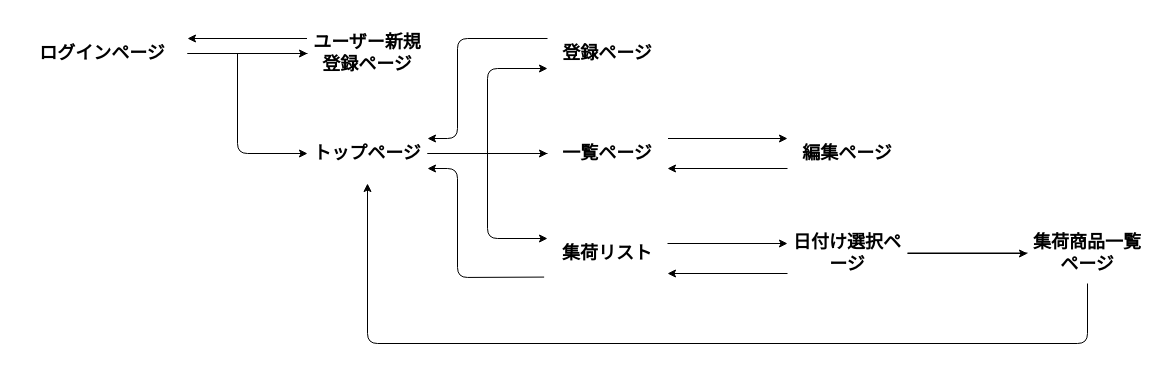
The draw.io diagram Transition diagram.dio in RRS1107/now-38199, before the edit. Source tidied: cells renumbered, new cells numbered last; positions are measured from the earlier drawing's top-left corner, leaving out a move shared by most shapes. Both pictures are drawn from the tidied source at 100%, with x=0, y=0 at pixel (17, 23).
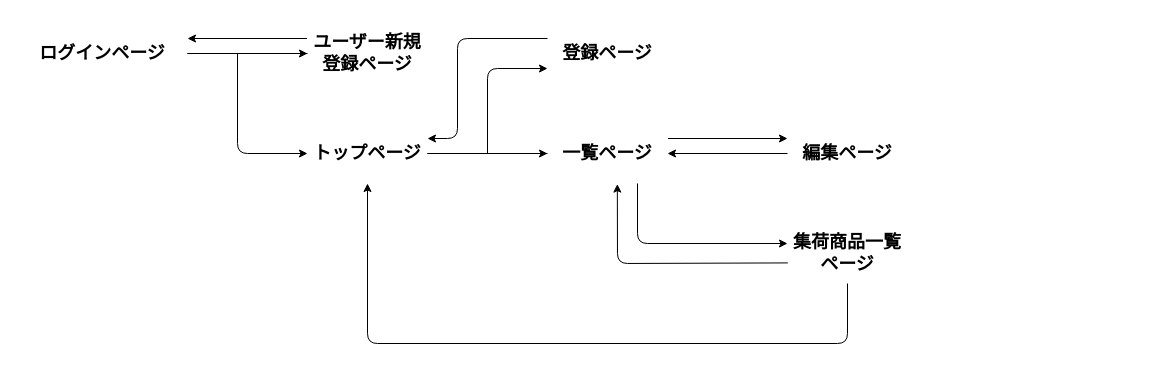
The same diagram, later.

The change refers to these unchanged cells:
```xml
<mxCell id="3" value="&lt;h2&gt;トップページ&lt;/h2&gt;" style="rounded=1;whiteSpace=wrap;html=1;fillColor=none;strokeColor=#FFFFFF;" parent="1" vertex="1">
  <mxGeometry x="290" y="100" width="120" height="60" as="geometry" />
</mxCell>
<mxCell id="9" value="&lt;h2&gt;一覧ページ&lt;/h2&gt;" style="rounded=1;whiteSpace=wrap;html=1;fillColor=none;strokeColor=#FFFFFF;" parent="1" vertex="1">
  <mxGeometry x="530" y="100" width="120" height="60" as="geometry" />
</mxCell>
<mxCell id="13" value="&lt;h2&gt;編集ページ&lt;/h2&gt;" style="rounded=1;whiteSpace=wrap;html=1;fillColor=none;strokeColor=#FFFFFF;" parent="1" vertex="1">
  <mxGeometry x="770" y="100" width="120" height="60" as="geometry" />
</mxCell>
```

What changed in the source:
```diff
@@
-    <mxCell id="7" value="&lt;h2&gt;集荷リスト&lt;/h2&gt;" style="rounded=1;whiteSpace=wrap;html=1;fillColor=none;strokeColor=#FFFFFF;" parent="1" vertex="1">
-      <mxGeometry x="530" y="200" width="120" height="60" as="geometry" />
-    </mxCell>
@@
-    <mxCell id="12" value="&lt;h2&gt;日付け選択ページ&lt;/h2&gt;" style="rounded=1;whiteSpace=wrap;html=1;fillColor=none;strokeColor=#FFFFFF;" parent="1" vertex="1">
-      <mxGeometry x="770" y="200" width="120" height="60" as="geometry" />
-    </mxCell>
@@
+    <mxCell id="28" style="edgeStyle=none;html=1;" parent="1" edge="1" source="14">
+      <mxGeometry relative="1" as="geometry">
+        <mxPoint x="770" y="230" as="targetPoint" />
+      </mxGeometry>
+    </mxCell>
     <mxCell id="14" value="&lt;h2&gt;集荷商品一覧ページ&lt;/h2&gt;" style="rounded=1;whiteSpace=wrap;html=1;fillColor=none;strokeColor=#FFFFFF;" parent="1" vertex="1">
-      <mxGeometry x="1010" y="200" width="120" height="60" as="geometry" />
+      <mxGeometry x="770" y="200" width="120" height="60" as="geometry" />
     </mxCell>
-    <mxCell id="15" style="endArrow=none;html=1;entryX=0;entryY=0.5;entryDx=0;entryDy=0;exitX=1;exitY=0.5;exitDx=0;exitDy=0;" parent="1" edge="1">
-      <mxGeometry relative="1" as="geometry">
-        <mxPoint x="890" y="229.5" as="sourcePoint" />
-        <mxPoint x="1010" y="229.5" as="targetPoint" />
-      </mxGeometry>
-    </mxCell>
@@
-    <mxCell id="17" style="endArrow=classic;html=1;entryX=0;entryY=0.5;entryDx=0;entryDy=0;" parent="1" edge="1" target="14">
-      <mxGeometry relative="1" as="geometry">
-        <mxPoint x="890" y="230" as="sourcePoint" />
-      </mxGeometry>
-    </mxCell>
@@
-    <mxCell id="20" style="endArrow=classic;html=1;entryX=0;entryY=0.25;entryDx=0;entryDy=0;" parent="1" edge="1" target="7">
-      <mxGeometry relative="1" as="geometry">
-        <mxPoint x="470" y="130" as="sourcePoint" />
-        <Array as="points">
-          <mxPoint x="470" y="215" />
-        </Array>
-      </mxGeometry>
-    </mxCell>
@@
-    <mxCell id="22" style="endArrow=classic;html=1;entryX=1;entryY=0.75;entryDx=0;entryDy=0;exitX=0;exitY=0.75;exitDx=0;exitDy=0;" parent="1" edge="1" source="13" target="9">
-      <mxGeometry relative="1" as="geometry" />
+    <mxCell id="22" style="endArrow=classic;html=1;exitX=0;exitY=0.5;exitDx=0;exitDy=0;" parent="1" edge="1" source="13">
+      <mxGeometry relative="1" as="geometry">
+        <mxPoint x="650" y="130" as="targetPoint" />
+        <Array as="points">
+          <mxPoint x="650" y="130" />
+        </Array>
+      </mxGeometry>
     </mxCell>
-    <mxCell id="23" style="edgeStyle=none;html=1;exitX=1;exitY=0.25;exitDx=0;exitDy=0;entryX=0;entryY=0.25;entryDx=0;entryDy=0;" parent="1" edge="1">
+    <mxCell id="23" style="edgeStyle=none;html=1;exitX=0.75;exitY=1;exitDx=0;exitDy=0;entryX=0;entryY=0.25;entryDx=0;entryDy=0;" parent="1" edge="1" source="9">
       <mxGeometry relative="1" as="geometry">
-        <mxPoint x="650" y="220" as="sourcePoint" />
         <mxPoint x="770" y="220" as="targetPoint" />
+        <Array as="points">
+          <mxPoint x="620" y="220" />
+        </Array>
       </mxGeometry>
     </mxCell>
-    <mxCell id="24" style="endArrow=classic;html=1;entryX=1;entryY=0.75;entryDx=0;entryDy=0;exitX=0;exitY=0.75;exitDx=0;exitDy=0;" parent="1" edge="1">
+    <mxCell id="24" style="endArrow=classic;html=1;entryX=0.582;entryY=1.01;entryDx=0;entryDy=0;entryPerimeter=0;exitX=0.003;exitY=0.657;exitDx=0;exitDy=0;exitPerimeter=0;" parent="1" edge="1" source="14" target="9">
       <mxGeometry relative="1" as="geometry">
-        <mxPoint x="770" y="250" as="sourcePoint" />
-        <mxPoint x="650" y="250" as="targetPoint" />
+        <Array as="points">
+          <mxPoint x="600" y="240" />
+        </Array>
       </mxGeometry>
     </mxCell>
     <mxCell id="25" style="endArrow=classic;html=1;entryX=0.5;entryY=1;entryDx=0;entryDy=0;exitX=0.5;exitY=1;exitDx=0;exitDy=0;" parent="1" edge="1" source="14" target="3">
       <mxGeometry relative="1" as="geometry">
         <Array as="points">
-          <mxPoint x="1070" y="320" />
+          <mxPoint x="830" y="320" />
           <mxPoint x="350" y="320" />
         </Array>
       </mxGeometry>
     </mxCell>
-    <mxCell id="26" style="endArrow=classic;html=1;entryX=1;entryY=0.75;entryDx=0;entryDy=0;exitX=-0.028;exitY=0.893;exitDx=0;exitDy=0;exitPerimeter=0;" parent="1" edge="1" source="7" target="3">
-      <mxGeometry relative="1" as="geometry">
-        <Array as="points">
-          <mxPoint x="440" y="254" />
-          <mxPoint x="440" y="145" />
-        </Array>
-      </mxGeometry>
-    </mxCell>
```
